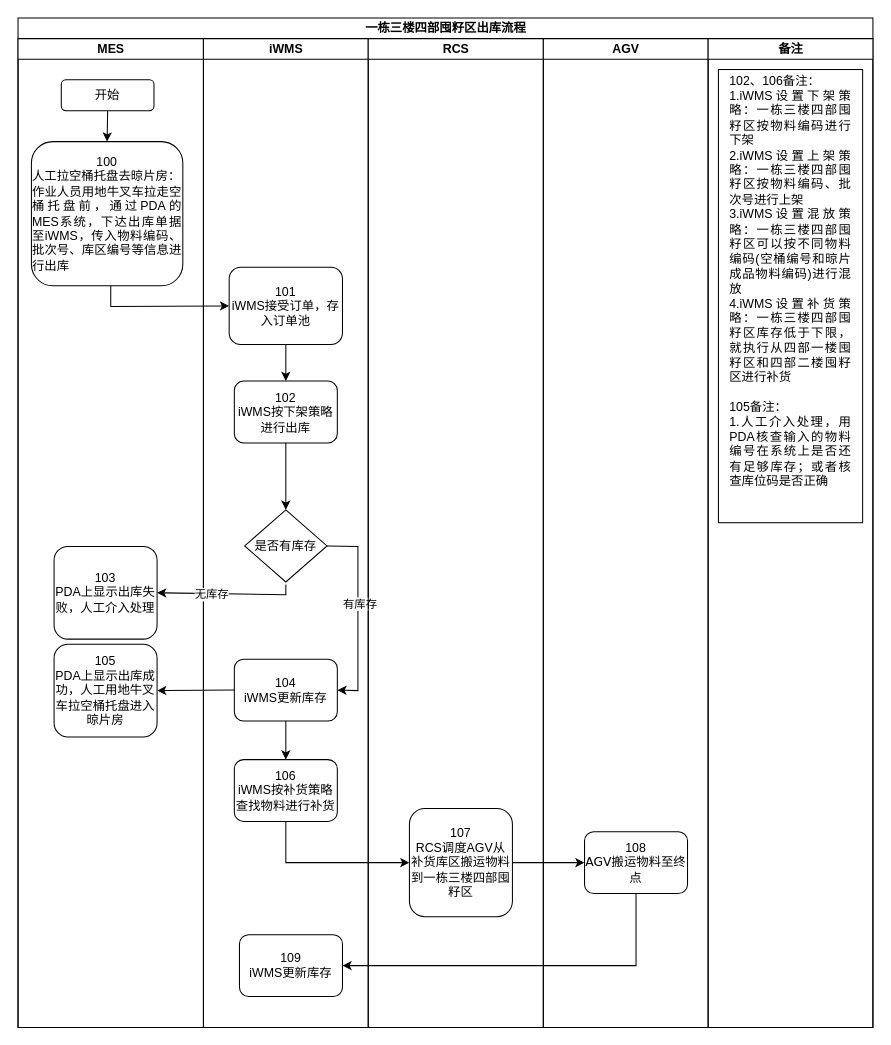
This is page "一栋三楼四部囤籽区出库流程" (9 of 18) of data/伍子醉-无MES业务流程图.drawio from chenyanxi/hosts, a draw.io file, before an edit. Source tidied: cells renumbered, new cells numbered last; positions are measured from the earlier drawing's top-left corner, leaving out a move shared by most shapes. Both pictures are drawn from the tidied source at 103%, with x=0, y=0 at pixel (18, 18).
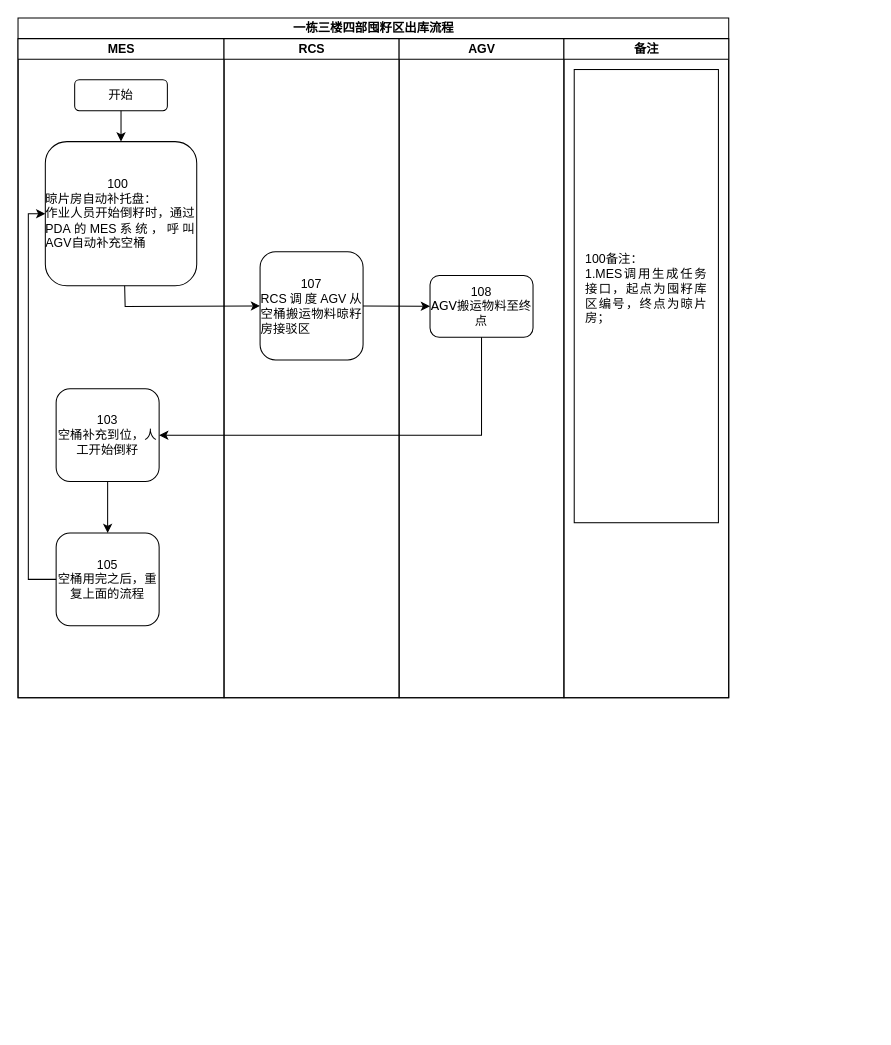
After the change.

Change to the diagram source:
```diff
@@
     <mxCell id="2" value="&lt;font style=&quot;font-size: 12px;&quot;&gt;一栋三楼四部囤籽区出库流程&lt;/font&gt;" style="swimlane;html=1;startSize=20;rounded=0;shadow=0;labelBackgroundColor=none;strokeWidth=1;fontFamily=Verdana;fontSize=8;align=center;" parent="1" vertex="1">
-      <mxGeometry width="830" height="980" as="geometry" />
+      <mxGeometry width="690" height="660" as="geometry" />
     </mxCell>
     <mxCell id="3" value="MES" style="swimlane;html=1;startSize=20;" parent="2" vertex="1">
-      <mxGeometry y="20" width="180" height="960" as="geometry" />
+      <mxGeometry y="20" width="200" height="640" as="geometry" />
     </mxCell>
     <mxCell id="4" value="&lt;font style=&quot;font-size: 12px;&quot;&gt;开始&lt;/font&gt;" style="rounded=1;whiteSpace=wrap;html=1;shadow=0;labelBackgroundColor=none;strokeWidth=1;fontFamily=Verdana;fontSize=8;align=center;" parent="3" vertex="1">
-      <mxGeometry x="42" y="40" width="90" height="30" as="geometry" />
+      <mxGeometry x="55" y="40" width="90" height="30" as="geometry" />
     </mxCell>
-    <mxCell id="5" value="&lt;div&gt;&lt;font face=&quot;Helvetica&quot; style=&quot;font-size: 12px;&quot;&gt;103&lt;/font&gt;&lt;/div&gt;&lt;font face=&quot;Helvetica&quot;&gt;&lt;span style=&quot;font-size: 12px;&quot;&gt;PDA上显示出库失败，人工介入处理&lt;/span&gt;&lt;/font&gt;" style="rounded=1;whiteSpace=wrap;html=1;shadow=0;labelBackgroundColor=none;strokeWidth=1;fontFamily=Verdana;fontSize=8;align=center;" parent="3" vertex="1">
-      <mxGeometry x="35" y="493" width="100" height="90" as="geometry" />
+    <mxCell id="5" value="&lt;div&gt;&lt;font face=&quot;Helvetica&quot; style=&quot;font-size: 12px;&quot;&gt;103&lt;/font&gt;&lt;/div&gt;&lt;font face=&quot;Helvetica&quot;&gt;&lt;span style=&quot;font-size: 12px;&quot;&gt;空桶补充到位，人工开始倒籽&lt;/span&gt;&lt;/font&gt;" style="rounded=1;whiteSpace=wrap;html=1;shadow=0;labelBackgroundColor=none;strokeWidth=1;fontFamily=Verdana;fontSize=8;align=center;" parent="3" vertex="1">
+      <mxGeometry x="37" y="340" width="100" height="90" as="geometry" />
     </mxCell>
-    <mxCell id="6" value="&lt;div style=&quot;&quot;&gt;&lt;span style=&quot;font-size: 12px; font-family: Helvetica; background-color: initial;&quot;&gt;100&lt;/span&gt;&lt;/div&gt;&lt;font style=&quot;font-size: 12px;&quot; face=&quot;Helvetica&quot;&gt;&lt;div style=&quot;text-align: justify;&quot;&gt;&lt;span style=&quot;background-color: initial;&quot;&gt;人工拉空桶托盘去晾片房：&lt;/span&gt;&lt;/div&gt;&lt;/font&gt;&lt;div style=&quot;text-align: justify;&quot;&gt;&lt;font style=&quot;font-size: 12px;&quot; face=&quot;Helvetica&quot;&gt;作业人员用地牛叉车拉走空桶托盘前，通过PDA的MES系统，下达出库单据至iWMS，传入物料编码、批次号、库区编号等信息进行出库&lt;/font&gt;&lt;/div&gt;" style="rounded=1;whiteSpace=wrap;html=1;shadow=0;labelBackgroundColor=none;strokeWidth=1;fontFamily=Verdana;fontSize=8;align=center;" parent="3" vertex="1">
-      <mxGeometry x="13" y="100" width="147" height="140" as="geometry" />
+    <mxCell id="6" value="&lt;div style=&quot;text-align: justify;&quot;&gt;&lt;span style=&quot;font-size: 12px; font-family: Helvetica; background-color: initial;&quot;&gt;&amp;nbsp; &amp;nbsp; &amp;nbsp; &amp;nbsp; &amp;nbsp; &amp;nbsp; &amp;nbsp; &amp;nbsp; &amp;nbsp; 100&lt;/span&gt;&lt;/div&gt;&lt;font style=&quot;font-size: 12px;&quot; face=&quot;Helvetica&quot;&gt;&lt;div style=&quot;text-align: justify;&quot;&gt;&lt;span style=&quot;background-color: initial;&quot;&gt;晾片房自动补托盘：&lt;/span&gt;&lt;/div&gt;&lt;/font&gt;&lt;div style=&quot;text-align: justify;&quot;&gt;&lt;font style=&quot;font-size: 12px;&quot; face=&quot;Helvetica&quot;&gt;作业人员开始倒籽时，通过PDA的MES系统，呼叫AGV自动补充空桶&lt;/font&gt;&lt;/div&gt;" style="rounded=1;whiteSpace=wrap;html=1;shadow=0;labelBackgroundColor=none;strokeWidth=1;fontFamily=Verdana;fontSize=8;align=right;" parent="3" vertex="1">
+      <mxGeometry x="26.5" y="100" width="147" height="140" as="geometry" />
     </mxCell>
@@
-    <mxCell id="8" value="&lt;div&gt;&lt;font face=&quot;Helvetica&quot; style=&quot;font-size: 12px;&quot;&gt;105&lt;/font&gt;&lt;/div&gt;&lt;font face=&quot;Helvetica&quot;&gt;&lt;span style=&quot;font-size: 12px;&quot;&gt;PDA上显示出库成功，人工用地牛叉车拉空桶托盘进入晾片房&lt;/span&gt;&lt;/font&gt;" style="rounded=1;whiteSpace=wrap;html=1;shadow=0;labelBackgroundColor=none;strokeWidth=1;fontFamily=Verdana;fontSize=8;align=center;" parent="3" vertex="1">
-      <mxGeometry x="35" y="588" width="100" height="90" as="geometry" />
+    <mxCell id="8" value="&lt;div&gt;&lt;font face=&quot;Helvetica&quot; style=&quot;font-size: 12px;&quot;&gt;105&lt;/font&gt;&lt;/div&gt;&lt;font face=&quot;Helvetica&quot;&gt;&lt;span style=&quot;font-size: 12px;&quot;&gt;空桶用完之后，重复上面的流程&lt;/span&gt;&lt;/font&gt;" style="rounded=1;whiteSpace=wrap;html=1;shadow=0;labelBackgroundColor=none;strokeWidth=1;fontFamily=Verdana;fontSize=8;align=center;" parent="3" vertex="1">
+      <mxGeometry x="37" y="480" width="100" height="90" as="geometry" />
     </mxCell>
-    <mxCell id="9" value="iWMS" style="swimlane;html=1;startSize=20;" parent="2" vertex="1">
-      <mxGeometry x="180" y="20" width="160" height="960" as="geometry" />
-    </mxCell>
-    <mxCell id="10" value="&lt;font style=&quot;font-size: 12px;&quot; face=&quot;Helvetica&quot;&gt;101&lt;/font&gt;&lt;div&gt;&lt;font style=&quot;font-size: 12px;&quot; face=&quot;Helvetica&quot;&gt;iWMS接受订单，存入订单池&lt;/font&gt;&lt;/div&gt;" style="rounded=1;whiteSpace=wrap;html=1;shadow=0;labelBackgroundColor=none;strokeWidth=1;fontFamily=Verdana;fontSize=8;align=center;" parent="9" vertex="1">
-      <mxGeometry x="25" y="222" width="110" height="75" as="geometry" />
-    </mxCell>
-    <mxCell id="11" value="&lt;font face=&quot;Helvetica&quot;&gt;&lt;span style=&quot;font-size: 12px;&quot;&gt;是否有库存&lt;/span&gt;&lt;/font&gt;" style="rhombus;whiteSpace=wrap;html=1;rounded=0;shadow=0;labelBackgroundColor=none;strokeWidth=1;fontFamily=Verdana;fontSize=8;align=center;" parent="9" vertex="1">
-      <mxGeometry x="40" y="457.5" width="80" height="70" as="geometry" />
-    </mxCell>
-    <mxCell id="12" style="endArrow=classic;html=1;rounded=0;entryX=1;entryY=0.5;entryDx=0;entryDy=0;" parent="9" edge="1" target="5">
-      <mxGeometry relative="1" as="geometry">
-        <mxPoint x="80" y="530" as="sourcePoint" />
-        <Array as="points">
-          <mxPoint x="80" y="540" />
-        </Array>
-      </mxGeometry>
-    </mxCell>
-    <mxCell id="13" value="无库存" style="edgeLabel;html=1;align=center;verticalAlign=middle;" parent="12" vertex="1">
-      <mxGeometry x="0.22" y="1" relative="1" as="geometry" />
-    </mxCell>
-    <mxCell id="14" value="&lt;font style=&quot;font-size: 12px;&quot; face=&quot;Helvetica&quot;&gt;102&lt;/font&gt;&lt;div&gt;&lt;font style=&quot;font-size: 12px;&quot; face=&quot;Helvetica&quot;&gt;iWMS按下架策略进行出库&lt;/font&gt;&lt;/div&gt;" style="rounded=1;whiteSpace=wrap;html=1;shadow=0;labelBackgroundColor=none;strokeWidth=1;fontFamily=Verdana;fontSize=8;align=center;" parent="9" vertex="1">
-      <mxGeometry x="30" y="332.5" width="100" height="60" as="geometry" />
-    </mxCell>
-    <mxCell id="15" style="endArrow=classic;html=1;rounded=0;exitX=0.5;exitY=1;exitDx=0;exitDy=0;entryX=0.5;entryY=0;entryDx=0;entryDy=0;" parent="9" edge="1" source="10" target="14">
-      <mxGeometry relative="1" as="geometry" />
-    </mxCell>
-    <mxCell id="16" style="endArrow=classic;html=1;rounded=0;exitX=0.5;exitY=1;exitDx=0;exitDy=0;entryX=0.5;entryY=0;entryDx=0;entryDy=0;" parent="9" edge="1" source="14" target="11">
-      <mxGeometry relative="1" as="geometry" />
-    </mxCell>
-    <mxCell id="17" value="&lt;font style=&quot;font-size: 12px;&quot; face=&quot;Helvetica&quot;&gt;104&lt;/font&gt;&lt;div&gt;&lt;font style=&quot;font-size: 12px;&quot; face=&quot;Helvetica&quot;&gt;iWMS更新库存&lt;/font&gt;&lt;/div&gt;" style="rounded=1;whiteSpace=wrap;html=1;shadow=0;labelBackgroundColor=none;strokeWidth=1;fontFamily=Verdana;fontSize=8;align=center;" parent="9" vertex="1">
-      <mxGeometry x="30" y="602.5" width="100" height="60" as="geometry" />
-    </mxCell>
-    <mxCell id="18" value="&lt;font style=&quot;font-size: 12px;&quot; face=&quot;Helvetica&quot;&gt;106&lt;/font&gt;&lt;div&gt;&lt;font style=&quot;font-size: 12px;&quot; face=&quot;Helvetica&quot;&gt;iWMS按补货策略查找物料进行补货&lt;/font&gt;&lt;/div&gt;" style="rounded=1;whiteSpace=wrap;html=1;shadow=0;labelBackgroundColor=none;strokeWidth=1;fontFamily=Verdana;fontSize=8;align=center;" parent="9" vertex="1">
-      <mxGeometry x="30" y="700" width="100" height="60" as="geometry" />
-    </mxCell>
-    <mxCell id="19" style="endArrow=classic;html=1;rounded=0;exitX=0.5;exitY=1;exitDx=0;exitDy=0;" parent="9" edge="1" source="17" target="18">
-      <mxGeometry relative="1" as="geometry" />
-    </mxCell>
-    <mxCell id="20" value="&lt;font style=&quot;font-size: 12px;&quot; face=&quot;Helvetica&quot;&gt;109&lt;/font&gt;&lt;div&gt;&lt;font style=&quot;font-size: 12px;&quot; face=&quot;Helvetica&quot;&gt;iWMS更新库存&lt;/font&gt;&lt;/div&gt;" style="rounded=1;whiteSpace=wrap;html=1;shadow=0;labelBackgroundColor=none;strokeWidth=1;fontFamily=Verdana;fontSize=8;align=center;" parent="9" vertex="1">
-      <mxGeometry x="35" y="870" width="100" height="60" as="geometry" />
-    </mxCell>
-    <mxCell id="21" style="endArrow=classic;html=1;rounded=0;exitX=1;exitY=0.5;exitDx=0;exitDy=0;entryX=1;entryY=0.5;entryDx=0;entryDy=0;" parent="9" edge="1" source="11" target="17">
-      <mxGeometry relative="1" as="geometry">
-        <Array as="points">
-          <mxPoint x="150" y="493" />
-          <mxPoint x="150" y="633" />
-        </Array>
-      </mxGeometry>
-    </mxCell>
-    <mxCell id="22" value="有库存" style="edgeLabel;html=1;align=center;verticalAlign=middle;" parent="21" vertex="1">
-      <mxGeometry x="-0.1" y="1" relative="1" as="geometry" />
-    </mxCell>
+    <mxCell id="34" style="endArrow=classic;html=1;rounded=0;exitX=0.5;exitY=1;exitDx=0;exitDy=0;entryX=0.5;entryY=0;entryDx=0;entryDy=0;" parent="3" edge="1" source="5" target="8">
+      <mxGeometry relative="1" as="geometry" />
+    </mxCell>
+    <mxCell id="35" style="endArrow=classic;html=1;rounded=0;exitX=0;exitY=0.5;exitDx=0;exitDy=0;entryX=0;entryY=0.5;entryDx=0;entryDy=0;" parent="3" edge="1" source="8" target="6">
+      <mxGeometry relative="1" as="geometry">
+        <Array as="points">
+          <mxPoint x="10" y="525" />
+          <mxPoint x="10" y="170" />
+        </Array>
+      </mxGeometry>
+    </mxCell>
     <mxCell id="23" value="RCS" style="swimlane;html=1;startSize=20;" parent="2" vertex="1">
-      <mxGeometry x="340" y="20" width="170" height="960" as="geometry" />
+      <mxGeometry x="200" y="20" width="170" height="640" as="geometry" />
     </mxCell>
-    <mxCell id="24" value="&lt;font style=&quot;font-size: 12px;&quot; face=&quot;Helvetica&quot;&gt;107&lt;/font&gt;&lt;div&gt;&lt;font style=&quot;font-size: 12px;&quot; face=&quot;Helvetica&quot;&gt;RCS调度AGV从&lt;/font&gt;&lt;span style=&quot;font-family: Helvetica; font-size: 12px; text-align: justify;&quot;&gt;补货库区&lt;/span&gt;&lt;font style=&quot;font-size: 12px;&quot; face=&quot;Helvetica&quot;&gt;搬运物料到一栋三楼四部囤籽区&lt;/font&gt;&lt;/div&gt;" style="rounded=1;whiteSpace=wrap;html=1;shadow=0;labelBackgroundColor=none;strokeWidth=1;fontFamily=Verdana;fontSize=8;align=center;" parent="23" vertex="1">
-      <mxGeometry x="40" y="747.5" width="100" height="105" as="geometry" />
-    </mxCell>
+    <mxCell id="36" value="&lt;font style=&quot;font-size: 12px;&quot; face=&quot;Helvetica&quot;&gt;107&lt;/font&gt;&lt;div style=&quot;text-align: justify;&quot;&gt;&lt;font style=&quot;font-size: 12px;&quot; face=&quot;Helvetica&quot;&gt;RCS调度AGV从空桶&lt;/font&gt;&lt;font style=&quot;font-size: 12px;&quot; face=&quot;Helvetica&quot;&gt;搬运物料晾籽房接驳区&lt;/font&gt;&lt;/div&gt;" style="rounded=1;whiteSpace=wrap;html=1;shadow=0;labelBackgroundColor=none;strokeWidth=1;fontFamily=Verdana;fontSize=8;align=center;" parent="23" vertex="1">
+      <mxGeometry x="35" y="207" width="100" height="105" as="geometry" />
+    </mxCell>
     <mxCell id="25" value="AGV" style="swimlane;html=1;startSize=20;" parent="2" vertex="1">
-      <mxGeometry x="510" y="20" width="160" height="960" as="geometry" />
+      <mxGeometry x="370" y="20" width="160" height="640" as="geometry" />
     </mxCell>
     <mxCell id="26" value="&lt;font style=&quot;font-size: 12px;&quot; face=&quot;Helvetica&quot;&gt;108&lt;/font&gt;&lt;div&gt;&lt;font style=&quot;font-size: 12px;&quot;&gt;AGV搬运物料至终点&lt;/font&gt;&lt;/div&gt;" style="rounded=1;whiteSpace=wrap;html=1;shadow=0;labelBackgroundColor=none;strokeWidth=1;fontFamily=Verdana;fontSize=8;align=center;" parent="25" vertex="1">
-      <mxGeometry x="40" y="770" width="100" height="60" as="geometry" />
+      <mxGeometry x="30" y="230" width="100" height="60" as="geometry" />
     </mxCell>
     <mxCell id="27" value="备注" style="swimlane;html=1;startSize=20;" parent="2" vertex="1">
-      <mxGeometry x="670" y="20" width="160" height="960" as="geometry" />
+      <mxGeometry x="530" y="20" width="160" height="640" as="geometry" />
     </mxCell>
-    <mxCell id="28" value="&lt;div style=&quot;text-align: justify;&quot;&gt;102、106备注：&lt;/div&gt;&lt;div style=&quot;text-align: justify;&quot;&gt;&lt;div style=&quot;text-align: justify;&quot;&gt;&lt;span style=&quot;text-align: center; background-color: initial;&quot;&gt;1.iWMS设置下架策略：一栋三楼四部囤籽区按物料编码进行下架&lt;/span&gt;&lt;/div&gt;&lt;div style=&quot;text-align: justify;&quot;&gt;&lt;span style=&quot;text-align: center;&quot;&gt;2.&lt;/span&gt;&lt;span style=&quot;background-color: initial; text-align: center;&quot;&gt;iWMS设置上架策略：&lt;/span&gt;&lt;span style=&quot;text-align: center;&quot;&gt;一栋三楼四部囤籽区&lt;/span&gt;&lt;span style=&quot;background-color: initial; text-align: center;&quot;&gt;按物料编码、批次号进行上架&lt;/span&gt;&lt;/div&gt;&lt;div&gt;&lt;div&gt;3.iWMS设置混放策略：&lt;span style=&quot;text-align: center;&quot;&gt;一栋三楼四部囤籽区&lt;/span&gt;可以按不同物料编码(空桶编号和晾片成品物料编码)进行混放&lt;/div&gt;&lt;div&gt;4.iWMS设置补货策略：&lt;span style=&quot;text-align: center;&quot;&gt;一栋三楼四部囤籽区&lt;/span&gt;库存低于下限，就执行从四部一楼囤籽区和四部二楼囤籽区进行补货&lt;/div&gt;&lt;/div&gt;&lt;/div&gt;&lt;div style=&quot;text-align: justify;&quot;&gt;&lt;span style=&quot;text-align: center;&quot;&gt;&lt;br&gt;&lt;/span&gt;&lt;/div&gt;&lt;div style=&quot;text-align: justify;&quot;&gt;&lt;span style=&quot;text-align: center;&quot;&gt;105备注：&lt;/span&gt;&lt;/div&gt;&lt;div style=&quot;text-align: justify;&quot;&gt;1.人工介入处理，用PDA核查输入的物料编号在系统上是否还有足够库存；或者核查库位码是否正确&lt;/div&gt;&lt;div style=&quot;text-align: justify;&quot;&gt;&lt;br&gt;&lt;/div&gt;&lt;div style=&quot;text-align: justify;&quot;&gt;&lt;div&gt;&lt;br&gt;&lt;/div&gt;&lt;/div&gt;" style="rounded=0;whiteSpace=wrap;html=1;spacingTop=5;spacingLeft=10;spacingBottom=5;spacingRight=10;" parent="27" vertex="1">
+    <mxCell id="28" value="&lt;div style=&quot;text-align: justify;&quot;&gt;&lt;div&gt;100备注：&lt;/div&gt;&lt;div&gt;1.&lt;span style=&quot;background-color: initial; text-align: center;&quot;&gt;MES调用生成任务接口，起点为囤籽库区编号，终点为晾片房；&lt;/span&gt;&lt;/div&gt;&lt;div&gt;&lt;br&gt;&lt;/div&gt;&lt;/div&gt;" style="rounded=0;whiteSpace=wrap;html=1;spacingTop=5;spacingLeft=10;spacingBottom=5;spacingRight=10;" parent="27" vertex="1">
       <mxGeometry x="10" y="30" width="140" height="440" as="geometry" />
     </mxCell>
-    <mxCell id="29" style="endArrow=classic;html=1;rounded=0;exitX=1;exitY=0.5;exitDx=0;exitDy=0;entryX=0;entryY=0.5;entryDx=0;entryDy=0;" parent="2" edge="1" source="24" target="26">
-      <mxGeometry relative="1" as="geometry" />
-    </mxCell>
-    <mxCell id="30" style="endArrow=classic;html=1;rounded=0;exitX=0.5;exitY=1;exitDx=0;exitDy=0;entryX=1;entryY=0.5;entryDx=0;entryDy=0;" parent="2" edge="1" source="26" target="20">
-      <mxGeometry relative="1" as="geometry">
-        <Array as="points">
-          <mxPoint x="600" y="920" />
-        </Array>
-      </mxGeometry>
-    </mxCell>
-    <mxCell id="31" style="endArrow=classic;html=1;rounded=0;entryX=0;entryY=0.5;entryDx=0;entryDy=0;exitX=0.524;exitY=1;exitDx=0;exitDy=0;exitPerimeter=0;" parent="2" edge="1" source="6" target="10">
+    <mxCell id="31" style="endArrow=classic;html=1;rounded=0;entryX=0;entryY=0.5;entryDx=0;entryDy=0;exitX=0.524;exitY=1;exitDx=0;exitDy=0;exitPerimeter=0;" parent="2" edge="1" source="6" target="36">
       <mxGeometry relative="1" as="geometry">
         <Array as="points">
-          <mxPoint x="90" y="280" />
+          <mxPoint x="104" y="280" />
         </Array>
       </mxGeometry>
     </mxCell>
-    <mxCell id="32" style="endArrow=classic;html=1;rounded=0;exitX=0;exitY=0.5;exitDx=0;exitDy=0;entryX=1;entryY=0.5;entryDx=0;entryDy=0;" parent="2" edge="1" source="17" target="8">
-      <mxGeometry relative="1" as="geometry" />
-    </mxCell>
-    <mxCell id="33" style="endArrow=classic;html=1;rounded=0;exitX=0.5;exitY=1;exitDx=0;exitDy=0;entryX=0;entryY=0.5;entryDx=0;entryDy=0;" parent="2" edge="1" source="18" target="24">
-      <mxGeometry relative="1" as="geometry">
-        <Array as="points">
-          <mxPoint x="260" y="820" />
-        </Array>
-      </mxGeometry>
-    </mxCell>
+    <mxCell id="37" style="endArrow=classic;html=1;rounded=0;exitX=1;exitY=0.5;exitDx=0;exitDy=0;" parent="2" edge="1" source="36" target="26">
+      <mxGeometry relative="1" as="geometry" />
+    </mxCell>
+    <mxCell id="38" style="endArrow=classic;html=1;rounded=0;exitX=0.5;exitY=1;exitDx=0;exitDy=0;entryX=1;entryY=0.5;entryDx=0;entryDy=0;" parent="2" edge="1" source="26" target="5">
+      <mxGeometry relative="1" as="geometry">
+        <Array as="points">
+          <mxPoint x="450" y="405" />
+        </Array>
+      </mxGeometry>
+    </mxCell>
```
